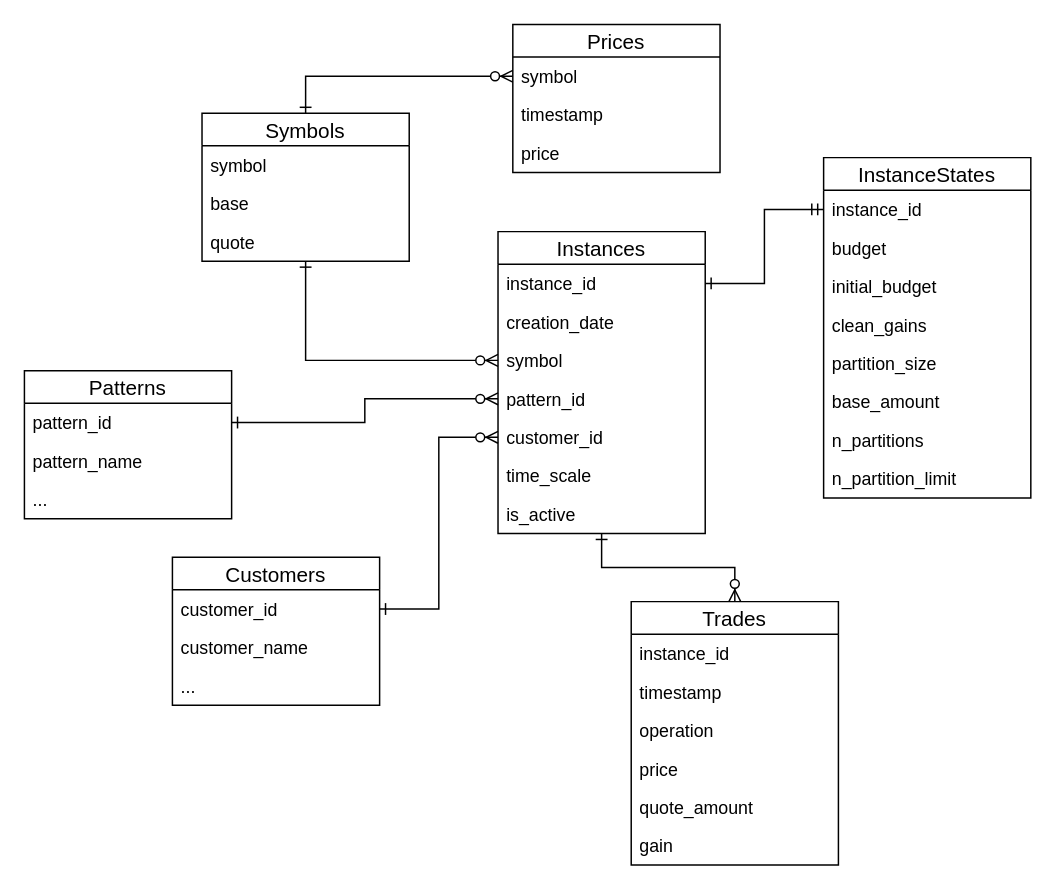
Before: Docs/EDRDiagram.drawio in ruiz-salvat/morfeo, a draw.io diagram. Source tidied: cells renumbered, new cells numbered last; positions are measured from the earlier drawing's top-left corner, leaving out a move shared by most shapes. Both pictures are drawn from the tidied source at 148%, with x=0, y=0 at pixel (24, 24).
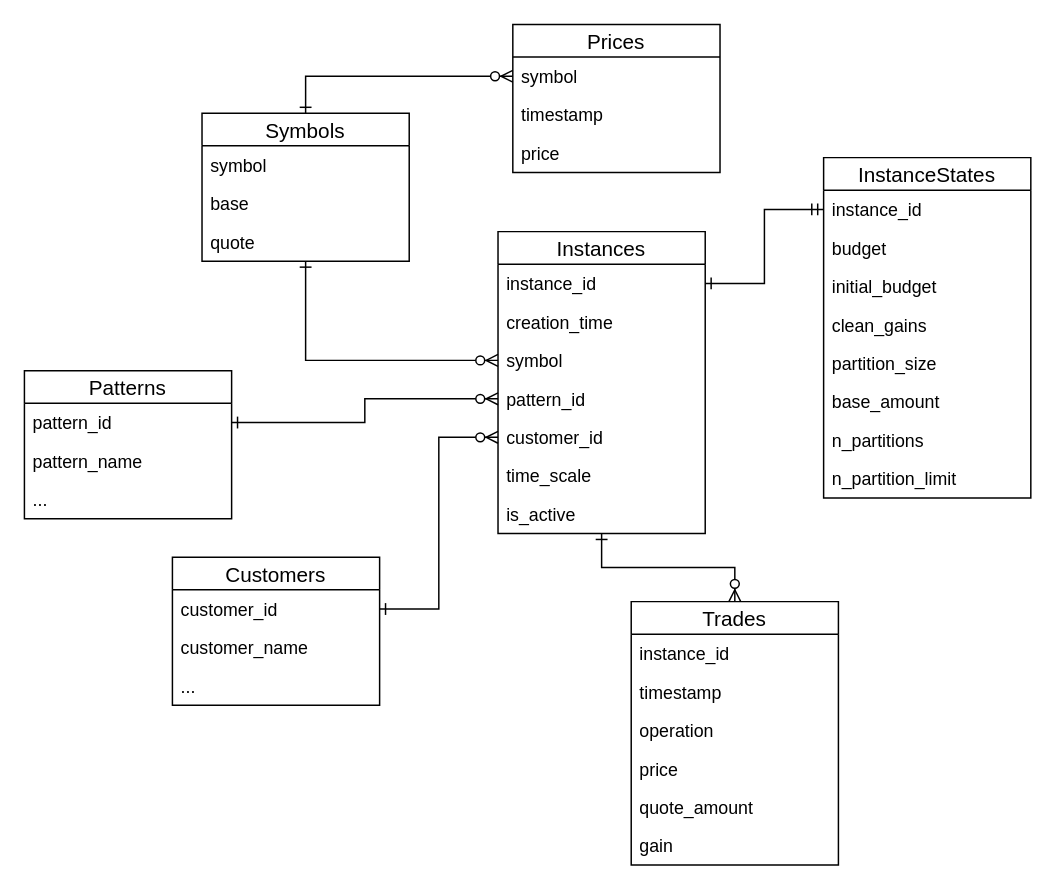
The same page after the edit.

Unchanged cells that the change refers to:
```xml
<mxCell id="40" value="Instances" style="swimlane;fontStyle=0;horizontal=1;startSize=22;align=center;fontSize=14;" parent="1" vertex="1">
  <mxGeometry x="320" y="140" width="140" height="204" as="geometry" />
</mxCell>
```

Change to the diagram source:
```diff
@@
-    <mxCell id="42" value="creation_date" style="text;strokeColor=none;fillColor=none;spacingLeft=4;spacingRight=4;overflow=hidden;fontSize=12;" parent="40" vertex="1">
+    <mxCell id="42" value="creation_time" style="text;strokeColor=none;fillColor=none;spacingLeft=4;spacingRight=4;overflow=hidden;fontSize=12;" parent="40" vertex="1">
       <mxGeometry y="48" width="140" height="26" as="geometry" />
     </mxCell>
```
